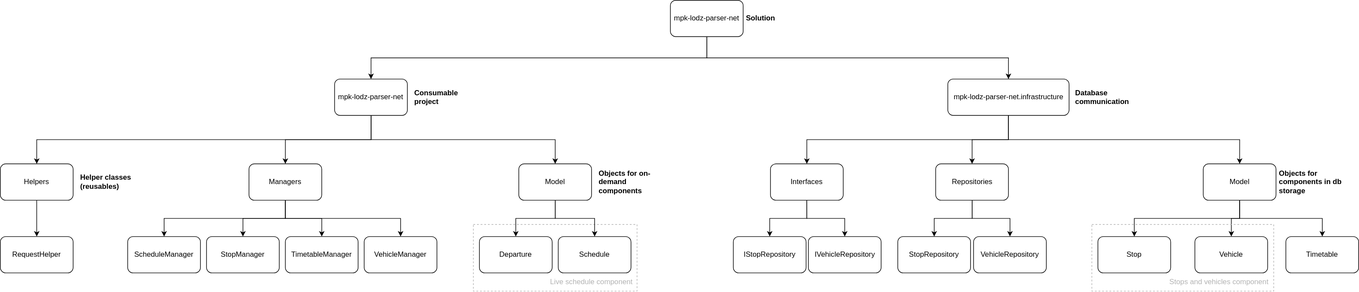
BlazekWasTaken/mpk-lodz-parser-net keeps this draw.io diagram as diagrams/structure.drawio.svg. Above is the earlier version. Source tidied: cells renumbered, new cells last; positions are measured from the earlier drawing's top-left corner, leaving out a move shared by most shapes.
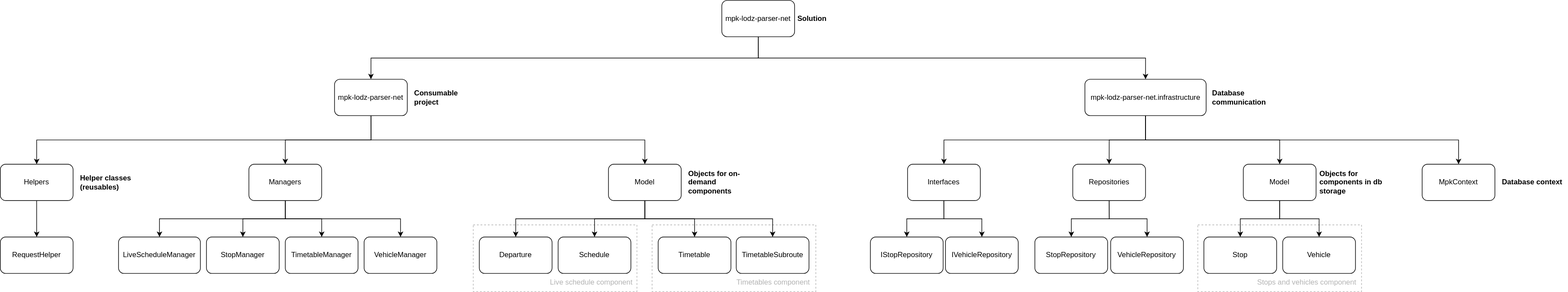
Above is the later version.

Commit message:
Added the Timetables component

What changed in the source:
```diff
@@ -2,11 +2,17 @@
   <root>
     <mxCell id="0" />
     <mxCell id="1" parent="0" />
+    <mxCell id="57" style="rounded=0;whiteSpace=wrap;html=1;fillColor=none;dashed=1;strokeColor=#B3B3B3;" parent="1" vertex="1">
+      <mxGeometry x="990" y="370" width="270" height="110" as="geometry" />
+    </mxCell>
+    <mxCell id="55" style="rounded=0;whiteSpace=wrap;html=1;fillColor=none;dashed=1;strokeColor=#B3B3B3;" parent="1" vertex="1">
+      <mxGeometry x="1890" y="370" width="270" height="110" as="geometry" />
+    </mxCell>
     <mxCell id="2" style="rounded=0;whiteSpace=wrap;html=1;fillColor=none;dashed=1;strokeColor=#B3B3B3;" parent="1" vertex="1">
-      <mxGeometry x="780" y="370" width="270" height="110" as="geometry" />
+      <mxGeometry x="695" y="370" width="270" height="110" as="geometry" />
     </mxCell>
     <mxCell id="3" value="Live schedule component" style="text;html=1;strokeColor=none;fillColor=none;align=center;verticalAlign=middle;whiteSpace=wrap;rounded=0;fontColor=#B3B3B3;" parent="1" vertex="1">
-      <mxGeometry x="900" y="450" width="150" height="30" as="geometry" />
+      <mxGeometry x="815" y="450" width="150" height="30" as="geometry" />
     </mxCell>
     <mxCell id="4" style="edgeStyle=orthogonalEdgeStyle;rounded=0;jettySize=auto;html=1;exitX=0.5;exitY=1;exitDx=0;exitDy=0;entryX=0.5;entryY=0;entryDx=0;entryDy=0;" parent="1" edge="1" source="7" target="13">
       <mxGeometry relative="1" as="geometry" />
@@ -18,7 +24,7 @@
       <mxGeometry relative="1" as="geometry" />
     </mxCell>
     <mxCell id="7" value="mpk-lodz-parser-net" style="rounded=1;whiteSpace=wrap;html=1;" parent="1" vertex="1">
-      <mxGeometry x="551.2" y="130" width="120" height="60" as="geometry" />
+      <mxGeometry x="466.2" y="130" width="120" height="60" as="geometry" />
     </mxCell>
     <mxCell id="8" style="edgeStyle=orthogonalEdgeStyle;rounded=0;jettySize=auto;html=1;exitX=0.5;exitY=1;exitDx=0;exitDy=0;entryX=0.5;entryY=0;entryDx=0;entryDy=0;" parent="1" edge="1" source="11" target="24">
       <mxGeometry relative="1" as="geometry" />
@@ -29,14 +35,17 @@
     <mxCell id="10" style="edgeStyle=orthogonalEdgeStyle;rounded=0;jettySize=auto;html=1;exitX=0.5;exitY=1;exitDx=0;exitDy=0;entryX=0.5;entryY=0;entryDx=0;entryDy=0;" parent="1" edge="1" source="11" target="31">
       <mxGeometry relative="1" as="geometry" />
     </mxCell>
+    <mxCell id="58" style="edgeStyle=orthogonalEdgeStyle;rounded=0;jettySize=auto;html=1;exitX=0.5;exitY=1;exitDx=0;exitDy=0;entryX=0.5;entryY=0;entryDx=0;entryDy=0;" parent="1" edge="1" source="11" target="63">
+      <mxGeometry relative="1" as="geometry" />
+    </mxCell>
     <mxCell id="11" value="mpk-lodz-parser-net.infrastructure" style="rounded=1;whiteSpace=wrap;html=1;" parent="1" vertex="1">
-      <mxGeometry x="1562.5" y="130" width="200" height="60" as="geometry" />
+      <mxGeometry x="1703.8" y="130" width="200" height="60" as="geometry" />
     </mxCell>
     <mxCell id="12" style="edgeStyle=orthogonalEdgeStyle;rounded=0;jettySize=auto;html=1;exitX=0.5;exitY=1;exitDx=0;exitDy=0;entryX=0.5;entryY=0;entryDx=0;entryDy=0;" parent="1" edge="1" source="13" target="41">
       <mxGeometry relative="1" as="geometry" />
     </mxCell>
     <mxCell id="13" value="Helpers" style="rounded=1;whiteSpace=wrap;html=1;" parent="1" vertex="1">
-      <mxGeometry y="270" width="120" height="60" as="geometry" />
+      <mxGeometry x="-85" y="270" width="120" height="60" as="geometry" />
     </mxCell>
     <mxCell id="14" style="edgeStyle=orthogonalEdgeStyle;rounded=0;jettySize=auto;html=1;exitX=0.5;exitY=1;exitDx=0;exitDy=0;" parent="1" edge="1" source="18" target="42">
       <mxGeometry relative="1" as="geometry" />
@@ -51,7 +60,7 @@
       <mxGeometry relative="1" as="geometry" />
     </mxCell>
     <mxCell id="18" value="Managers" style="rounded=1;whiteSpace=wrap;html=1;" parent="1" vertex="1">
-      <mxGeometry x="410" y="270" width="120" height="60" as="geometry" />
+      <mxGeometry x="325" y="270" width="120" height="60" as="geometry" />
     </mxCell>
     <mxCell id="19" style="edgeStyle=orthogonalEdgeStyle;rounded=0;jettySize=auto;html=1;exitX=0.5;exitY=1;exitDx=0;exitDy=0;" parent="1" edge="1" source="21" target="46">
       <mxGeometry relative="1" as="geometry" />
@@ -59,8 +68,14 @@
     <mxCell id="20" style="edgeStyle=orthogonalEdgeStyle;rounded=0;jettySize=auto;html=1;exitX=0.5;exitY=1;exitDx=0;exitDy=0;" parent="1" edge="1" source="21" target="47">
       <mxGeometry relative="1" as="geometry" />
     </mxCell>
+    <mxCell id="59" style="edgeStyle=orthogonalEdgeStyle;rounded=0;jettySize=auto;html=1;exitX=0.5;exitY=1;exitDx=0;exitDy=0;entryX=0.5;entryY=0;entryDx=0;entryDy=0;" parent="1" edge="1" source="21" target="54">
+      <mxGeometry relative="1" as="geometry" />
+    </mxCell>
+    <mxCell id="60" style="edgeStyle=orthogonalEdgeStyle;rounded=0;jettySize=auto;html=1;exitX=0.5;exitY=1;exitDx=0;exitDy=0;entryX=0.5;entryY=0;entryDx=0;entryDy=0;" parent="1" edge="1" source="21" target="61">
+      <mxGeometry relative="1" as="geometry" />
+    </mxCell>
     <mxCell id="21" value="Model" style="rounded=1;whiteSpace=wrap;html=1;" parent="1" vertex="1">
-      <mxGeometry x="855" y="270" width="120" height="60" as="geometry" />
+      <mxGeometry x="918" y="270" width="120" height="60" as="geometry" />
     </mxCell>
     <mxCell id="22" style="edgeStyle=orthogonalEdgeStyle;rounded=0;jettySize=auto;html=1;exitX=0.5;exitY=1;exitDx=0;exitDy=0;" parent="1" edge="1" source="24" target="49">
       <mxGeometry relative="1" as="geometry" />
@@ -69,7 +84,7 @@
       <mxGeometry relative="1" as="geometry" />
     </mxCell>
     <mxCell id="24" value="Interfaces" style="rounded=1;whiteSpace=wrap;html=1;" parent="1" vertex="1">
-      <mxGeometry x="1270" y="270" width="120" height="60" as="geometry" />
+      <mxGeometry x="1411.2" y="270" width="120" height="60" as="geometry" />
     </mxCell>
     <mxCell id="25" style="edgeStyle=orthogonalEdgeStyle;rounded=0;jettySize=auto;html=1;exitX=0.5;exitY=1;exitDx=0;exitDy=0;" parent="1" edge="1" source="28" target="53">
       <mxGeometry relative="1" as="geometry" />
@@ -77,11 +92,8 @@
     <mxCell id="26" style="edgeStyle=orthogonalEdgeStyle;rounded=0;jettySize=auto;html=1;exitX=0.5;exitY=1;exitDx=0;exitDy=0;" parent="1" edge="1" source="28" target="52">
       <mxGeometry relative="1" as="geometry" />
     </mxCell>
-    <mxCell id="27" style="edgeStyle=orthogonalEdgeStyle;rounded=0;jettySize=auto;html=1;exitX=0.5;exitY=1;exitDx=0;exitDy=0;" parent="1" edge="1" source="28" target="54">
-      <mxGeometry relative="1" as="geometry" />
-    </mxCell>
     <mxCell id="28" value="Model" style="rounded=1;whiteSpace=wrap;html=1;" parent="1" vertex="1">
-      <mxGeometry x="1983.8" y="270" width="120" height="60" as="geometry" />
+      <mxGeometry x="1965" y="270" width="120" height="60" as="geometry" />
     </mxCell>
     <mxCell id="29" style="edgeStyle=orthogonalEdgeStyle;rounded=0;jettySize=auto;html=1;exitX=0.5;exitY=1;exitDx=0;exitDy=0;" parent="1" edge="1" source="31" target="51">
       <mxGeometry relative="1" as="geometry" />
@@ -90,22 +102,22 @@
       <mxGeometry relative="1" as="geometry" />
     </mxCell>
     <mxCell id="31" value="Repositories" style="rounded=1;whiteSpace=wrap;html=1;" parent="1" vertex="1">
-      <mxGeometry x="1542.5" y="270" width="120" height="60" as="geometry" />
+      <mxGeometry x="1683.8" y="270" width="120" height="60" as="geometry" />
     </mxCell>
     <mxCell id="32" value="&lt;b&gt;Helper classes (reusables)&lt;/b&gt;" style="text;html=1;strokeColor=none;fillColor=none;align=left;verticalAlign=middle;whiteSpace=wrap;rounded=0;" parent="1" vertex="1">
-      <mxGeometry x="130" y="280" width="92.5" height="40" as="geometry" />
+      <mxGeometry x="45" y="280" width="92.5" height="40" as="geometry" />
     </mxCell>
     <mxCell id="33" value="&lt;b&gt;Objects for on-demand components&lt;/b&gt;" style="text;html=1;strokeColor=none;fillColor=none;align=left;verticalAlign=middle;whiteSpace=wrap;rounded=0;" parent="1" vertex="1">
-      <mxGeometry x="985" y="275" width="117.5" height="50" as="geometry" />
+      <mxGeometry x="1048" y="275" width="117.5" height="50" as="geometry" />
     </mxCell>
     <mxCell id="34" value="&lt;b&gt;Objects for components in db storage&lt;/b&gt;" style="text;html=1;strokeColor=none;fillColor=none;align=left;verticalAlign=middle;whiteSpace=wrap;rounded=0;" parent="1" vertex="1">
-      <mxGeometry x="2107.5" y="275" width="117.5" height="50" as="geometry" />
+      <mxGeometry x="2088.8" y="275" width="117.5" height="50" as="geometry" />
     </mxCell>
     <mxCell id="35" value="&lt;b&gt;Consumable project&lt;/b&gt;" style="text;html=1;strokeColor=none;fillColor=none;align=left;verticalAlign=middle;whiteSpace=wrap;rounded=0;" parent="1" vertex="1">
-      <mxGeometry x="681.2" y="140" width="82.5" height="40" as="geometry" />
+      <mxGeometry x="596.2" y="140" width="82.5" height="40" as="geometry" />
     </mxCell>
     <mxCell id="36" value="&lt;b&gt;Database communication&lt;/b&gt;" style="text;html=1;strokeColor=none;fillColor=none;align=left;verticalAlign=middle;whiteSpace=wrap;rounded=0;" parent="1" vertex="1">
-      <mxGeometry x="1771.2" y="140" width="103.8" height="40" as="geometry" />
+      <mxGeometry x="1912.5" y="140" width="103.8" height="40" as="geometry" />
     </mxCell>
     <mxCell id="37" style="edgeStyle=orthogonalEdgeStyle;rounded=0;jettySize=auto;html=1;exitX=0.5;exitY=1;exitDx=0;exitDy=0;entryX=0.5;entryY=0;entryDx=0;entryDy=0;" parent="1" edge="1" source="39" target="7">
       <mxGeometry relative="1" as="geometry" />
@@ -120,52 +132,61 @@
       <mxGeometry x="1227.5" y="10" width="82.5" height="40" as="geometry" />
     </mxCell>
     <mxCell id="41" value="RequestHelper" style="rounded=1;whiteSpace=wrap;html=1;" parent="1" vertex="1">
-      <mxGeometry y="390" width="120" height="60" as="geometry" />
+      <mxGeometry x="-85" y="390" width="120" height="60" as="geometry" />
     </mxCell>
-    <mxCell id="42" value="ScheduleManager" style="rounded=1;whiteSpace=wrap;html=1;" parent="1" vertex="1">
-      <mxGeometry x="210" y="390" width="120" height="60" as="geometry" />
+    <mxCell id="42" value="LiveScheduleManager" style="rounded=1;whiteSpace=wrap;html=1;" parent="1" vertex="1">
+      <mxGeometry x="110" y="390" width="135" height="60" as="geometry" />
     </mxCell>
     <mxCell id="43" value="StopManager" style="rounded=1;whiteSpace=wrap;html=1;" parent="1" vertex="1">
-      <mxGeometry x="340" y="390" width="120" height="60" as="geometry" />
+      <mxGeometry x="255" y="390" width="120" height="60" as="geometry" />
     </mxCell>
     <mxCell id="44" value="TimetableManager" style="rounded=1;whiteSpace=wrap;html=1;" parent="1" vertex="1">
-      <mxGeometry x="470" y="390" width="120" height="60" as="geometry" />
+      <mxGeometry x="385" y="390" width="120" height="60" as="geometry" />
     </mxCell>
     <mxCell id="45" value="VehicleManager" style="rounded=1;whiteSpace=wrap;html=1;" parent="1" vertex="1">
-      <mxGeometry x="600" y="390" width="120" height="60" as="geometry" />
+      <mxGeometry x="515" y="390" width="120" height="60" as="geometry" />
     </mxCell>
     <mxCell id="46" value="Departure" style="rounded=1;whiteSpace=wrap;html=1;" parent="1" vertex="1">
-      <mxGeometry x="790" y="390" width="120" height="60" as="geometry" />
+      <mxGeometry x="705" y="390" width="120" height="60" as="geometry" />
     </mxCell>
     <mxCell id="47" value="Schedule" style="rounded=1;whiteSpace=wrap;html=1;" parent="1" vertex="1">
-      <mxGeometry x="920" y="390" width="120" height="60" as="geometry" />
+      <mxGeometry x="835" y="390" width="120" height="60" as="geometry" />
     </mxCell>
     <mxCell id="48" value="IVehicleRepository" style="rounded=1;whiteSpace=wrap;html=1;" parent="1" vertex="1">
-      <mxGeometry x="1332.5" y="390" width="120" height="60" as="geometry" />
+      <mxGeometry x="1473.8" y="390" width="120" height="60" as="geometry" />
     </mxCell>
     <mxCell id="49" value="IStopRepository" style="rounded=1;whiteSpace=wrap;html=1;" parent="1" vertex="1">
-      <mxGeometry x="1208.8" y="390" width="120" height="60" as="geometry" />
+      <mxGeometry x="1350" y="390" width="120" height="60" as="geometry" />
     </mxCell>
     <mxCell id="50" value="VehicleRepository" style="rounded=1;whiteSpace=wrap;html=1;" parent="1" vertex="1">
-      <mxGeometry x="1605" y="390" width="120" height="60" as="geometry" />
+      <mxGeometry x="1746.2" y="390" width="120" height="60" as="geometry" />
     </mxCell>
     <mxCell id="51" value="StopRepository" style="rounded=1;whiteSpace=wrap;html=1;" parent="1" vertex="1">
-      <mxGeometry x="1480" y="390" width="120" height="60" as="geometry" />
+      <mxGeometry x="1621.2" y="390" width="120" height="60" as="geometry" />
     </mxCell>
     <mxCell id="52" value="Vehicle" style="rounded=1;whiteSpace=wrap;html=1;" parent="1" vertex="1">
-      <mxGeometry x="1970" y="390" width="120" height="60" as="geometry" />
+      <mxGeometry x="2030" y="390" width="120" height="60" as="geometry" />
     </mxCell>
     <mxCell id="53" value="Stop" style="rounded=1;whiteSpace=wrap;html=1;" parent="1" vertex="1">
-      <mxGeometry x="1810" y="390" width="120" height="60" as="geometry" />
+      <mxGeometry x="1900" y="390" width="120" height="60" as="geometry" />
     </mxCell>
     <mxCell id="54" value="Timetable" style="rounded=1;whiteSpace=wrap;html=1;" parent="1" vertex="1">
-      <mxGeometry x="2120" y="390" width="120" height="60" as="geometry" />
+      <mxGeometry x="1000" y="390" width="120" height="60" as="geometry" />
     </mxCell>
-    <mxCell id="55" style="rounded=0;whiteSpace=wrap;html=1;fillColor=none;dashed=1;strokeColor=#B3B3B3;" parent="1" vertex="1">
-      <mxGeometry x="1800" y="370" width="300" height="110" as="geometry" />
-    </mxCell>
     <mxCell id="56" value="Stops and vehicles component" style="text;html=1;strokeColor=none;fillColor=none;align=center;verticalAlign=middle;whiteSpace=wrap;rounded=0;fontColor=#B3B3B3;" parent="1" vertex="1">
-      <mxGeometry x="1920" y="450" width="180" height="30" as="geometry" />
+      <mxGeometry x="1980" y="450" width="180" height="30" as="geometry" />
     </mxCell>
+    <mxCell id="61" value="TimetableSubroute" style="rounded=1;whiteSpace=wrap;html=1;" parent="1" vertex="1">
+      <mxGeometry x="1128.8" y="390" width="120" height="60" as="geometry" />
+    </mxCell>
+    <mxCell id="62" value="Timetables component" style="text;html=1;strokeColor=none;fillColor=none;align=center;verticalAlign=middle;whiteSpace=wrap;rounded=0;fontColor=#B3B3B3;" parent="1" vertex="1">
+      <mxGeometry x="1120" y="450" width="140" height="30" as="geometry" />
+    </mxCell>
+    <mxCell id="63" value="MpkContext" style="rounded=1;whiteSpace=wrap;html=1;" parent="1" vertex="1">
+      <mxGeometry x="2260" y="270" width="120" height="60" as="geometry" />
+    </mxCell>
+    <mxCell id="64" value="&lt;b&gt;Database context&lt;/b&gt;" style="text;html=1;strokeColor=none;fillColor=none;align=left;verticalAlign=middle;whiteSpace=wrap;rounded=0;" parent="1" vertex="1">
+      <mxGeometry x="2390" y="287.5" width="110" height="25" as="geometry" />
+    </mxCell>
   </root>
 </mxGraphModel>
```
